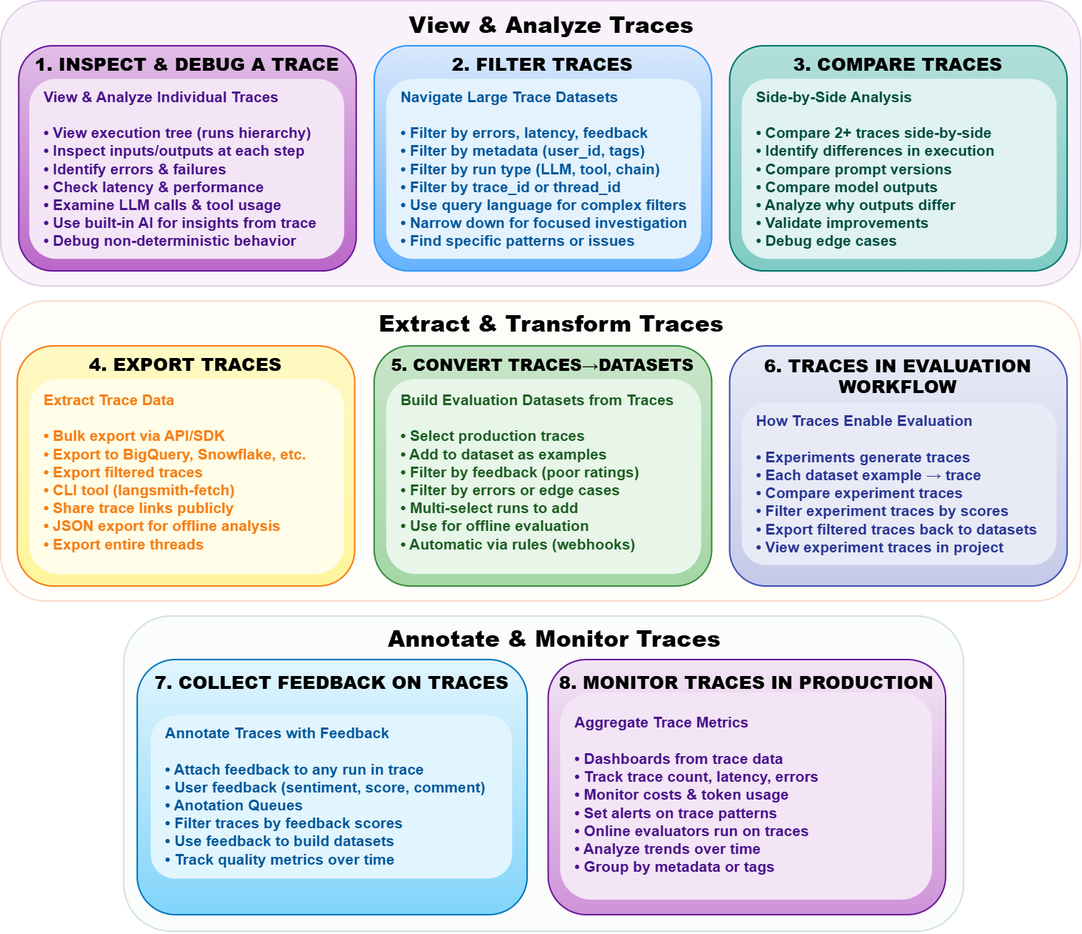
Above: other/diagrams/langsmith_observability_usage.drawio.png in michaelmiscanuk/czsu-multi-agent-text-to-sql (draw.io), before the change. Source tidied: cells renumbered, new cells last; positions are measured from the earlier drawing's top-left corner, leaving out a move shared by most shapes.
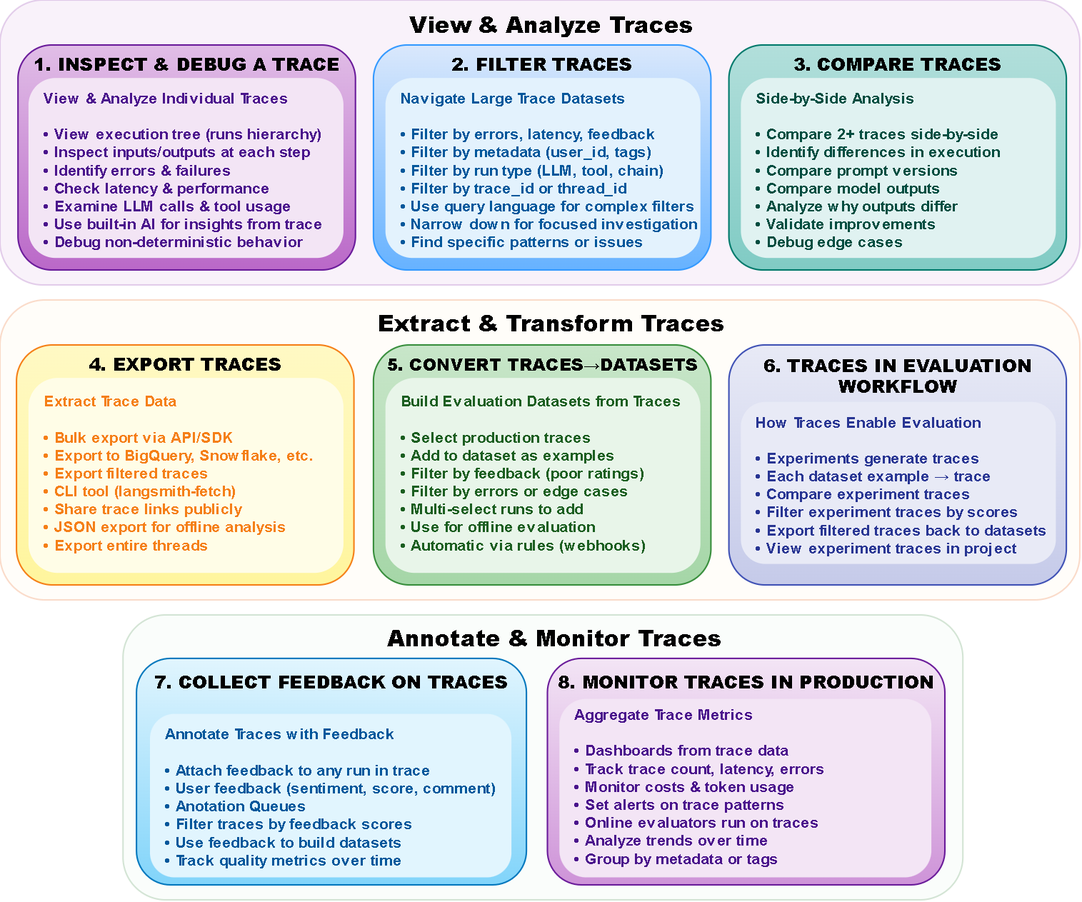
The same file after the commit.

Commit message:
356 Improving observability and evaluation core concepts diagrams

Change to the diagram source:
```diff
@@ -45,19 +45,19 @@
       <mxGeometry x="494" y="268" width="210" height="108" as="geometry" />
     </mxCell>
     <mxCell id="16" value="&lt;b&gt;Annotate &amp; Monitor Traces&lt;/b&gt;" style="rounded=1;whiteSpace=wrap;html=1;fillColor=#e8f5e9;strokeColor=#2E7D32;fontSize=15;fontStyle=1;opacity=20;align=center;verticalAlign=top;spacingLeft=15;spacingTop=-1;fontFamily=Helvetica;fontColor=default;gradientColor=none;" parent="1" vertex="1">
-      <mxGeometry x="82" y="410" width="560" height="210" as="geometry" />
+      <mxGeometry x="82" y="410" width="560" height="190" as="geometry" />
     </mxCell>
     <mxCell id="17" value="&lt;b&gt;7. COLLECT FEEDBACK ON TRACES&lt;/b&gt;" style="rounded=1;whiteSpace=wrap;html=1;fillColor=#e1f5fe;strokeColor=#0277BD;fontSize=12;fontStyle=1;gradientColor=#81d4fa;align=center;verticalAlign=top;spacingTop=2;fontFamily=Helvetica;fontColor=default;spacing=2;" parent="1" vertex="1">
-      <mxGeometry x="91" y="439" width="260" height="170" as="geometry" />
+      <mxGeometry x="91" y="439" width="260" height="151" as="geometry" />
     </mxCell>
     <mxCell id="18" value="&lt;span&gt;Annotate Traces with Feedback&lt;/span&gt;&lt;br&gt;&lt;br&gt;• Attach feedback to any run in trace&lt;br&gt;• User feedback (sentiment, score, comment)&lt;br&gt;• Anotation Queues&lt;br&gt;• Filter traces by feedback scores&lt;br&gt;• Use feedback to build datasets&lt;br&gt;• Track quality metrics over time" style="text;html=1;strokeColor=none;fillColor=#E1F5FE;align=left;verticalAlign=top;whiteSpace=wrap;rounded=1;fontSize=10;fontFamily=Helvetica;fontColor=#01579B;spacingLeft=8;fontStyle=1;" parent="1" vertex="1">
       <mxGeometry x="100" y="476" width="241" height="109" as="geometry" />
     </mxCell>
     <mxCell id="19" value="&lt;b&gt;8. MONITOR TRACES IN PRODUCTION&lt;/b&gt;" style="rounded=1;whiteSpace=wrap;html=1;fillColor=#f3e5f5;strokeColor=#6A1B9A;fontSize=12;fontStyle=1;gradientColor=#ce93d8;align=center;verticalAlign=top;spacingTop=2;fontFamily=Helvetica;fontColor=default;spacing=2;" parent="1" vertex="1">
-      <mxGeometry x="365" y="439" width="265" height="170" as="geometry" />
+      <mxGeometry x="365" y="439" width="265" height="151" as="geometry" />
     </mxCell>
-    <mxCell id="20" value="&lt;span&gt;Aggregate Trace Metrics&lt;/span&gt;&lt;br&gt;&lt;br&gt;• Dashboards from trace data&lt;br&gt;• Track trace count, latency, errors&lt;br&gt;• Monitor costs &amp;amp; token usage&lt;br&gt;• Set alerts on trace patterns&lt;br&gt;• Online evaluators run on traces&lt;br&gt;• Analyze trends over time&lt;br&gt;• Group by metadata or tags" style="text;html=1;strokeColor=none;fillColor=#F3E5F5;align=left;verticalAlign=top;whiteSpace=wrap;rounded=1;fontSize=10;fontFamily=Helvetica;fontColor=#4A148C;spacingLeft=8;fontStyle=1;spacingTop=8;" parent="1" vertex="1">
-      <mxGeometry x="373" y="461" width="248" height="138" as="geometry" />
+    <mxCell id="20" value="&lt;span&gt;Aggregate Trace Metrics&lt;/span&gt;&lt;br&gt;&lt;br&gt;• Dashboards from trace data&lt;br&gt;• Track trace count, latency, errors&lt;br&gt;• Monitor costs &amp;amp; token usage&lt;br&gt;• Set alerts on trace patterns&lt;br&gt;• Online evaluators run on traces&lt;br&gt;• Analyze trends over time&lt;br&gt;• Group by metadata or tags" style="text;html=1;strokeColor=none;fillColor=#F3E5F5;align=left;verticalAlign=top;whiteSpace=wrap;rounded=1;fontSize=10;fontFamily=Helvetica;fontColor=#4A148C;spacingLeft=8;fontStyle=1;spacingTop=-3;" parent="1" vertex="1">
+      <mxGeometry x="373" y="466" width="248" height="119" as="geometry" />
     </mxCell>
   </root>
 </mxGraphModel>
```
